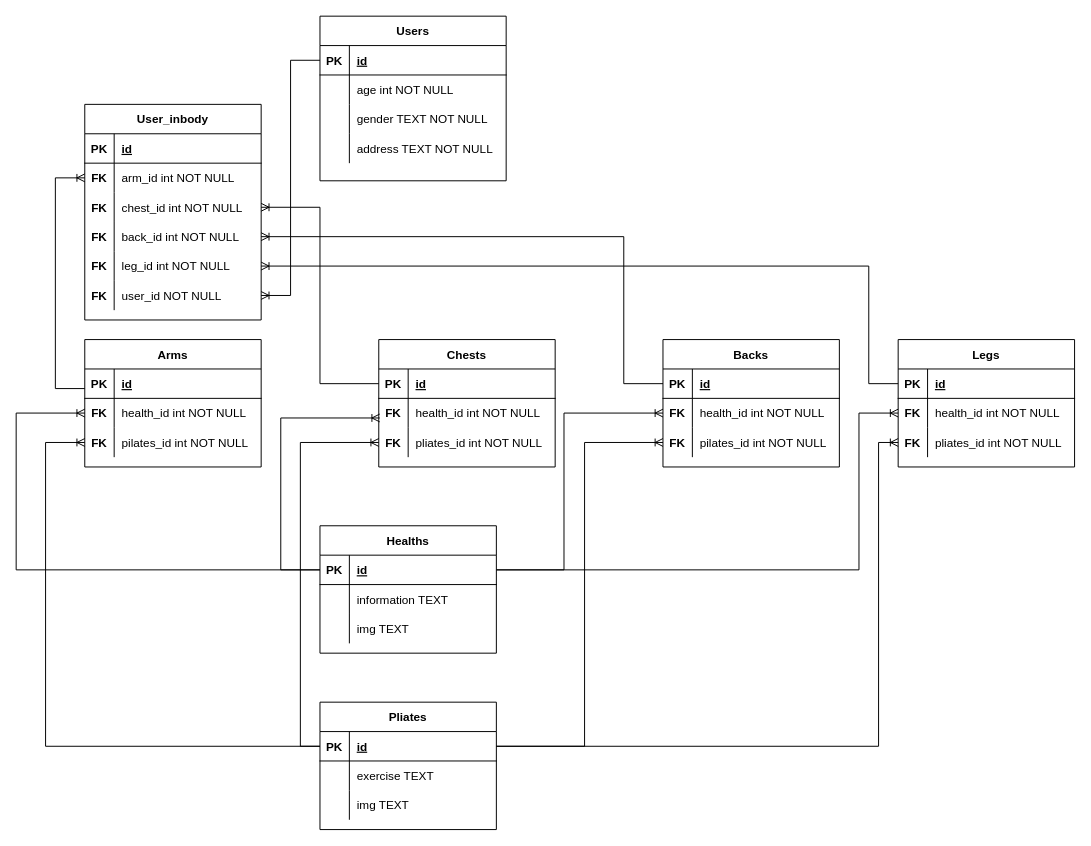
This is 제목 없는 다이어그램.drawio from kjskjs356/project_health, a draw.io file, before an edit. Source tidied: cells renumbered, new cells numbered last; positions are measured from the earlier drawing's top-left corner, leaving out a move shared by most shapes. Both pictures are drawn from the tidied source at 98%, with x=0, y=0 at pixel (16, 16).
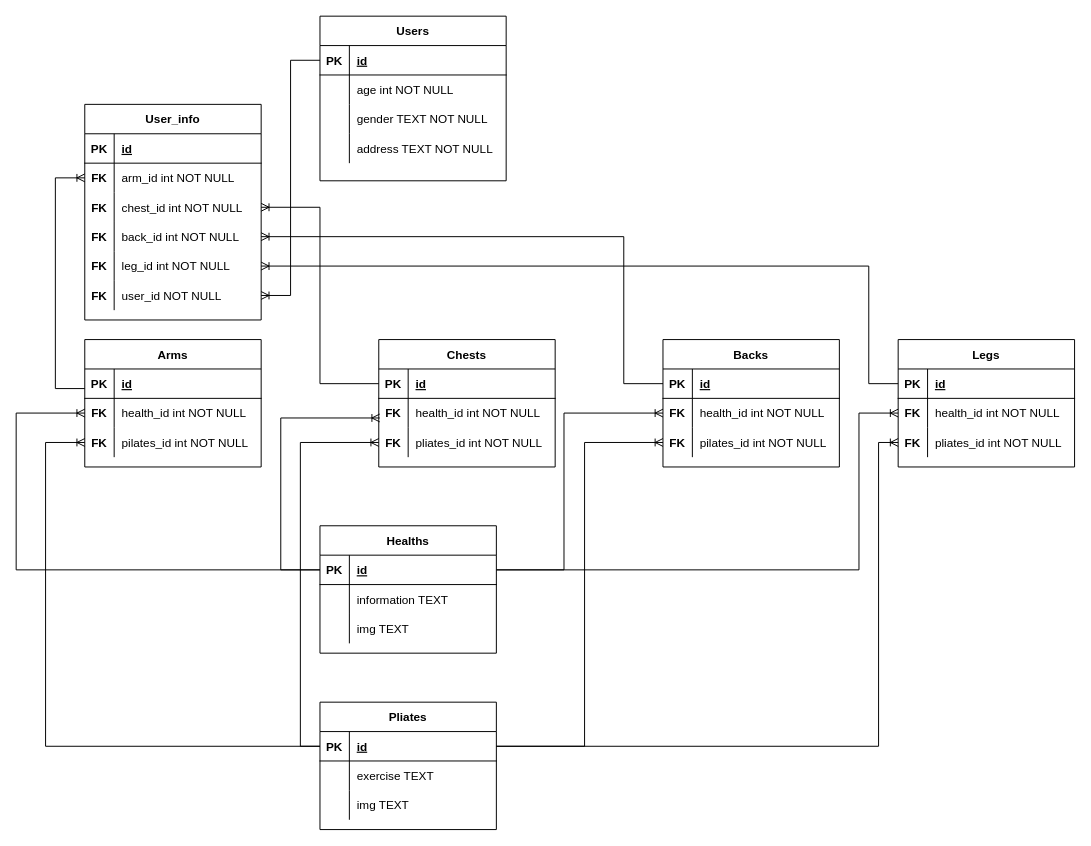
The same diagram, later.

Commit message:
제목 없는 다이어그램.drawio 업데이트

Diff of the diagram source:
```diff
@@
-    <mxCell id="15" value="User_inbody" style="shape=table;startSize=30;childLayout=tableLayout;rowLines=0;fontStyle=1;align=center;" parent="1" vertex="1">
+    <mxCell id="15" value="User_info" style="shape=table;startSize=30;childLayout=tableLayout;rowLines=0;fontStyle=1;align=center;" parent="1" vertex="1">
       <mxGeometry x="70" y="90" width="180" height="220" as="geometry" />
     </mxCell>
```
